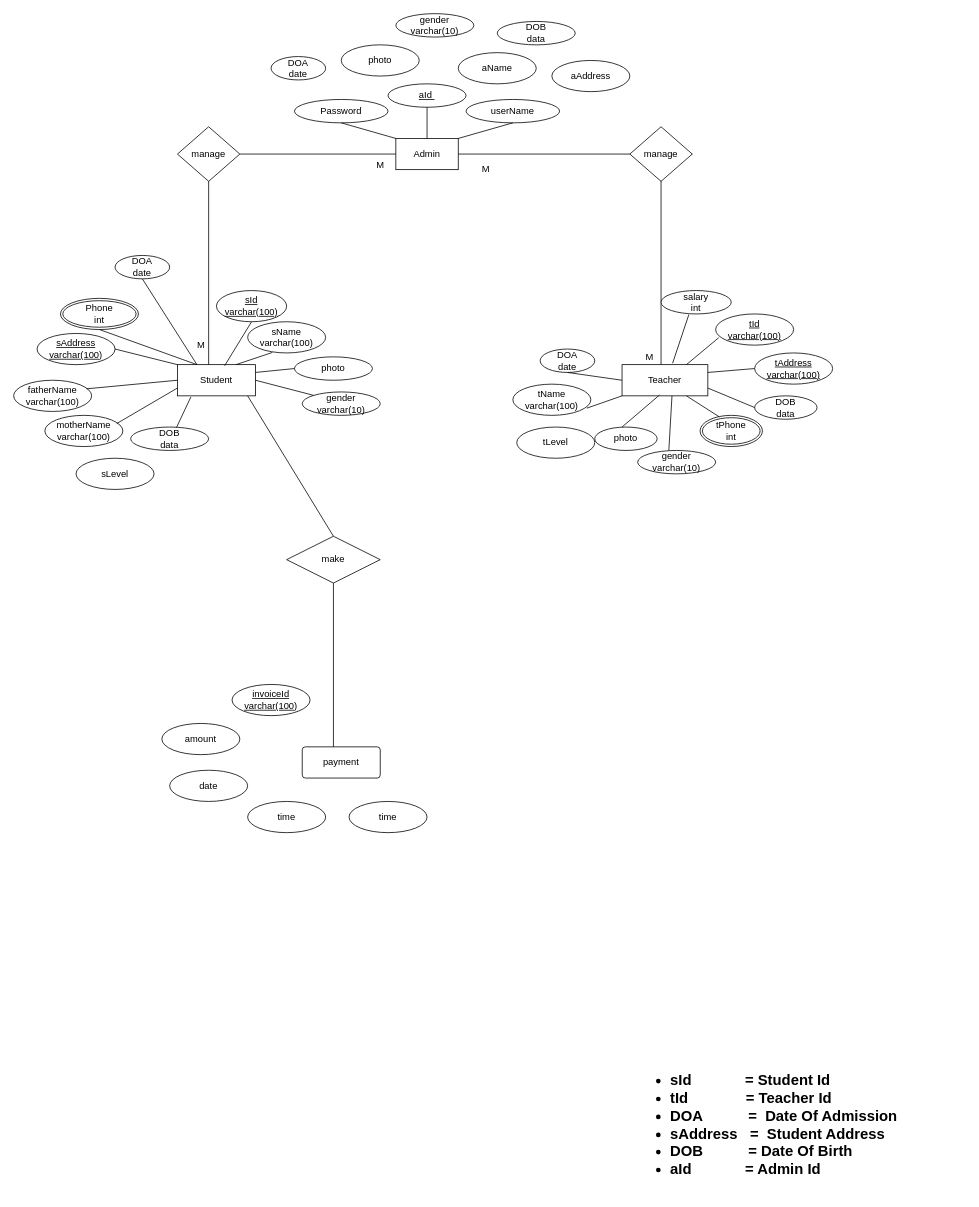
Above: ER-Diagram.drawio in Dulara-Akalanka/Group-Software-Project (draw.io), before the change. Source tidied: cells renumbered, new cells numbered last; positions are measured from the earlier drawing's top-left corner, leaving out a move shared by most shapes. Both pictures are drawn from the tidied source at 78%, with x=0, y=0 at pixel (13, 13).
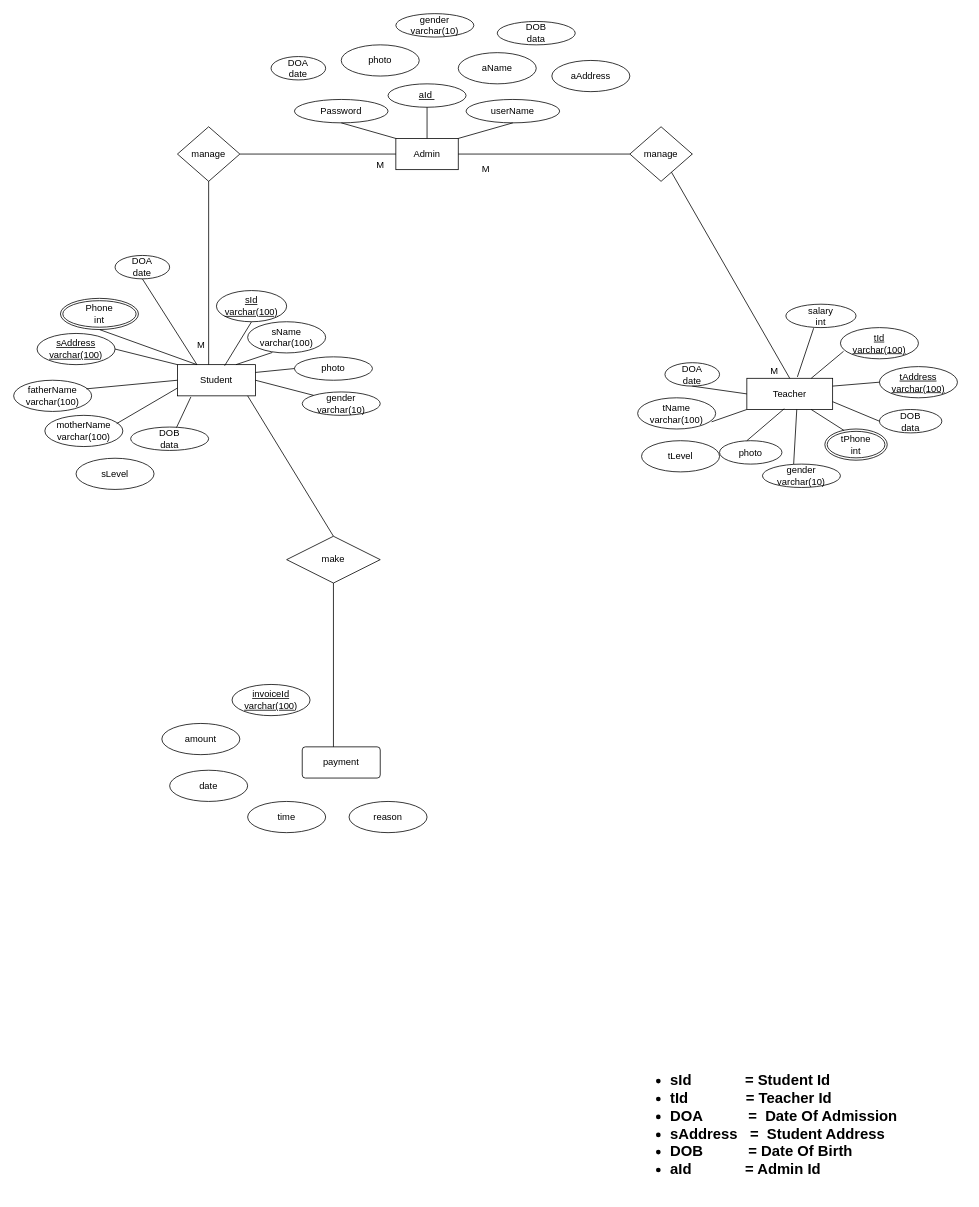
The same diagram, later.

What changed in the source:
```diff
@@
     <mxCell id="3" value="Teacher" style="whiteSpace=wrap;html=1;align=center;" parent="1" vertex="1">
-      <mxGeometry x="780" y="450" width="110" height="40" as="geometry" />
+      <mxGeometry x="940" y="467.5" width="110" height="40" as="geometry" />
     </mxCell>
@@
     <mxCell id="6" value="tId&lt;br&gt;varchar(100)" style="ellipse;whiteSpace=wrap;html=1;align=center;fontStyle=4;" parent="1" vertex="1">
-      <mxGeometry x="900" y="385" width="100" height="40" as="geometry" />
+      <mxGeometry x="1060" y="402.5" width="100" height="40" as="geometry" />
     </mxCell>
     <mxCell id="7" value="tName&lt;br&gt;varchar(100)" style="ellipse;whiteSpace=wrap;html=1;align=center;" parent="1" vertex="1">
-      <mxGeometry x="640" y="475" width="100" height="40" as="geometry" />
+      <mxGeometry x="800" y="492.5" width="100" height="40" as="geometry" />
     </mxCell>
@@
     <mxCell id="9" value="tAddress&lt;br&gt;varchar(100)" style="ellipse;whiteSpace=wrap;html=1;align=center;fontStyle=4;" parent="1" vertex="1">
-      <mxGeometry x="950" y="435" width="100" height="40" as="geometry" />
+      <mxGeometry x="1110" y="452.5" width="100" height="40" as="geometry" />
     </mxCell>
@@
     <mxCell id="11" value="tPhone&lt;br&gt;int" style="ellipse;shape=doubleEllipse;margin=3;whiteSpace=wrap;html=1;align=center;" parent="1" vertex="1">
-      <mxGeometry x="880" y="515" width="80" height="40" as="geometry" />
+      <mxGeometry x="1040" y="532.5" width="80" height="40" as="geometry" />
     </mxCell>
@@
     <mxCell id="17" value="photo" style="ellipse;whiteSpace=wrap;html=1;align=center;" parent="1" vertex="1">
-      <mxGeometry x="745" y="530" width="80" height="30" as="geometry" />
+      <mxGeometry x="905" y="547.5" width="80" height="30" as="geometry" />
     </mxCell>
@@
     <mxCell id="27" value="DOB&lt;br&gt;data" style="ellipse;whiteSpace=wrap;html=1;align=center;" parent="1" vertex="1">
-      <mxGeometry x="950" y="490" width="80" height="30" as="geometry" />
+      <mxGeometry x="1110" y="507.5" width="80" height="30" as="geometry" />
     </mxCell>
     <mxCell id="28" value="gender&lt;br&gt;varchar(10)" style="ellipse;whiteSpace=wrap;html=1;align=center;" parent="1" vertex="1">
-      <mxGeometry x="800" y="560" width="100" height="30" as="geometry" />
+      <mxGeometry x="960" y="577.5" width="100" height="30" as="geometry" />
     </mxCell>
@@
-    <mxCell id="37" style="endArrow=none;html=1;rounded=0;" parent="1" edge="1">
+    <mxCell id="37" style="endArrow=none;html=1;rounded=0;exitX=0.5;exitY=0;exitDx=0;exitDy=0;" parent="1" edge="1" source="3">
       <mxGeometry relative="1" as="geometry">
-        <mxPoint x="830" y="450" as="sourcePoint" />
         <mxPoint x="830" y="180" as="targetPoint" />
       </mxGeometry>
     </mxCell>
@@
     <mxCell id="41" value="M" style="text;html=1;align=center;verticalAlign=middle;strokeColor=none;fillColor=none;" parent="1" vertex="1">
-      <mxGeometry x="800" y="425" width="30" height="30" as="geometry" />
+      <mxGeometry x="960" y="442.5" width="30" height="30" as="geometry" />
     </mxCell>
@@
     <mxCell id="43" value="DOA&lt;br&gt;date" style="ellipse;whiteSpace=wrap;html=1;direction=south;" parent="1" vertex="1">
-      <mxGeometry x="675" y="430" width="70" height="30" as="geometry" />
+      <mxGeometry x="835" y="447.5" width="70" height="30" as="geometry" />
     </mxCell>
     <mxCell id="44" value="salary&lt;br&gt;int" style="ellipse;whiteSpace=wrap;html=1;" parent="1" vertex="1">
-      <mxGeometry x="830" y="355" width="90" height="30" as="geometry" />
+      <mxGeometry x="990" y="372.5" width="90" height="30" as="geometry" />
     </mxCell>
@@
     <mxCell id="48" style="endArrow=none;html=1;rounded=0;entryX=0.436;entryY=0.975;entryDx=0;entryDy=0;entryPerimeter=0;" parent="1" edge="1" target="3">
       <mxGeometry relative="1" as="geometry">
-        <mxPoint x="780" y="530" as="sourcePoint" />
+        <mxPoint x="940" y="547.5" as="sourcePoint" />
       </mxGeometry>
     </mxCell>
     <mxCell id="49" style="endArrow=none;html=1;rounded=0;exitX=0.4;exitY=0;exitDx=0;exitDy=0;exitPerimeter=0;" parent="1" edge="1" source="28">
       <mxGeometry relative="1" as="geometry">
-        <mxPoint x="844" y="490" as="targetPoint" />
+        <mxPoint x="1004" y="507.5" as="targetPoint" />
       </mxGeometry>
     </mxCell>
@@
-    <mxCell id="74" value="time" style="ellipse;whiteSpace=wrap;html=1;align=center;" parent="1" vertex="1">
+    <mxCell id="74" value="reason" style="ellipse;whiteSpace=wrap;html=1;align=center;" parent="1" vertex="1">
       <mxGeometry x="430" y="1010" width="100" height="40" as="geometry" />
     </mxCell>
@@
     <mxCell id="78" value="tLevel" style="ellipse;whiteSpace=wrap;html=1;align=center;" parent="1" vertex="1">
-      <mxGeometry x="645" y="530" width="100" height="40" as="geometry" />
+      <mxGeometry x="805" y="547.5" width="100" height="40" as="geometry" />
     </mxCell>
```
